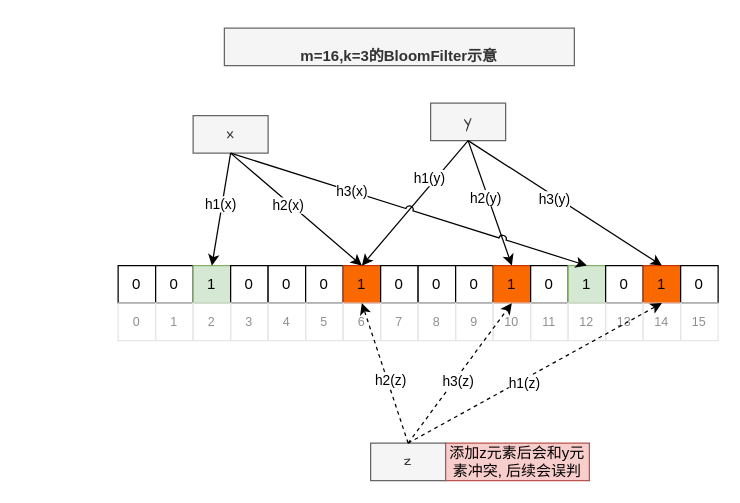
Above: ds/Untitled Diagram.drawio in GerryLon/assets (draw.io), before the change. Source tidied: cells renumbered, new cells numbered last; positions are measured from the earlier drawing's top-left corner, leaving out a move shared by most shapes. Both pictures are drawn from the tidied source at 125%, with x=0, y=0 at pixel (118, 28).
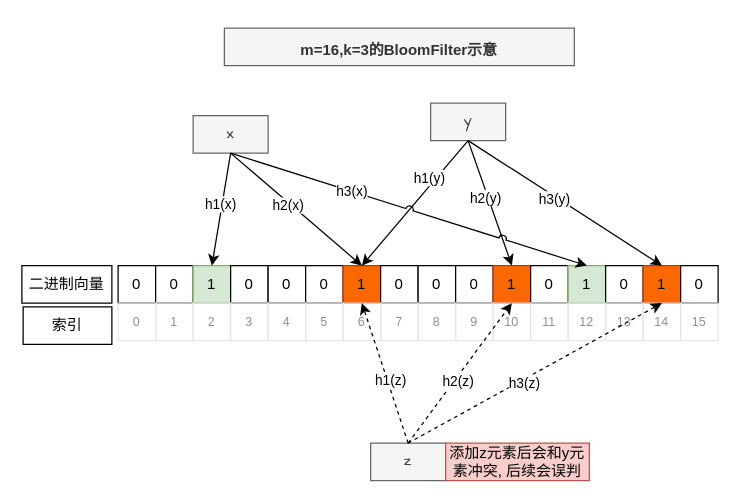
After the change.

The change refers to these unchanged cells:
```xml
<mxCell id="50" style="endArrow=classic;html=1;rounded=0;exitX=0.5;exitY=0;exitDx=0;exitDy=0;entryX=0.5;entryY=0;entryDx=0;entryDy=0;dashed=1;" parent="1" edge="1" source="48" target="32">
  <mxGeometry relative="1" as="geometry" />
</mxCell>
<mxCell id="52" style="endArrow=classic;html=1;rounded=0;exitX=0.5;exitY=0;exitDx=0;exitDy=0;entryX=0.5;entryY=0;entryDx=0;entryDy=0;dashed=1;" parent="1" edge="1" source="48" target="24">
  <mxGeometry relative="1" as="geometry" />
</mxCell>
<mxCell id="54" style="endArrow=classic;html=1;rounded=0;exitX=0.5;exitY=0;exitDx=0;exitDy=0;entryX=0.5;entryY=0;entryDx=0;entryDy=0;dashed=1;" parent="1" edge="1" source="48" target="28">
  <mxGeometry relative="1" as="geometry" />
</mxCell>
```

The edit, as a diff of the source:
```diff
@@
-    <mxCell id="49" value="&lt;br&gt;m=16,k=3的BloomFilter示意" style="text;html=1;strokeColor=#666666;fillColor=#f5f5f5;align=center;verticalAlign=middle;whiteSpace=wrap;rounded=0;fontStyle=1;fontColor=#333333;labelPosition=center;verticalLabelPosition=middle;horizontal=1;" parent="1" vertex="1">
+    <mxCell id="49" value="&lt;br&gt;m=16,k=3的BloomFilter示意" style="text;html=1;strokeColor=#666666;fillColor=#f5f5f5;align=center;verticalAlign=bottom;whiteSpace=wrap;rounded=0;fontStyle=1;fontColor=#333333;labelPosition=center;verticalLabelPosition=middle;horizontal=1;spacing=5;" parent="1" vertex="1">
       <mxGeometry x="85" width="280" height="30" as="geometry" />
     </mxCell>
@@
-    <mxCell id="51" value="h1(z)" style="edgeLabel;html=1;align=center;verticalAlign=middle;" parent="50" vertex="1">
+    <mxCell id="51" value="h3(z)" style="edgeLabel;html=1;align=center;verticalAlign=middle;" parent="50" vertex="1">
       <mxGeometry x="-0.1" y="-2" relative="1" as="geometry" />
     </mxCell>
@@
-    <mxCell id="53" value="h2(z)" style="edgeLabel;html=1;align=center;verticalAlign=middle;" parent="52" vertex="1">
+    <mxCell id="53" value="h1(z)" style="edgeLabel;html=1;align=center;verticalAlign=middle;" parent="52" vertex="1">
       <mxGeometry x="-0.1" y="-2" relative="1" as="geometry" />
     </mxCell>
@@
-    <mxCell id="55" value="h3(z)" style="edgeLabel;html=1;align=center;verticalAlign=middle;" parent="54" vertex="1">
+    <mxCell id="55" value="h2(z)" style="edgeLabel;html=1;align=center;verticalAlign=middle;" parent="54" vertex="1">
       <mxGeometry x="-0.1" y="-2" relative="1" as="geometry" />
     </mxCell>
@@
+    <mxCell id="57" value="索引" style="text;html=1;strokeColor=default;fillColor=none;align=center;verticalAlign=middle;whiteSpace=wrap;rounded=0;" parent="1" vertex="1">
+      <mxGeometry x="-76" y="223" width="71" height="30" as="geometry" />
+    </mxCell>
+    <mxCell id="58" value="&lt;font style=&quot;font-size: 12px;&quot;&gt;二进制向量&lt;/font&gt;" style="text;html=1;strokeColor=default;fillColor=none;align=center;verticalAlign=middle;whiteSpace=wrap;rounded=0;fontSize=12;" parent="1" vertex="1">
+      <mxGeometry x="-77" y="190" width="72" height="30" as="geometry" />
+    </mxCell>
```
